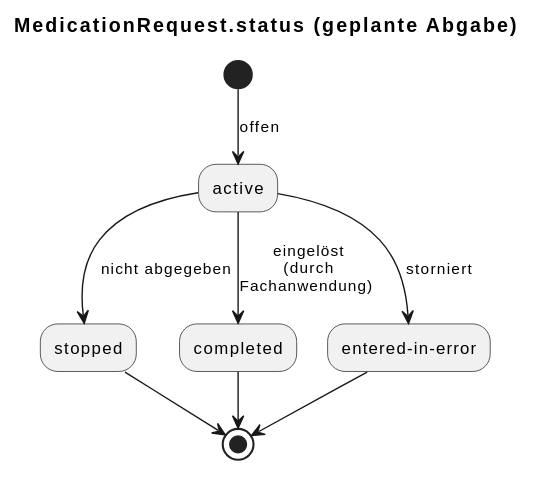
Above: r4-ELGA-e-Medikation-main/plantuml/stateDiagram_mr_status_geplante_abgabe.svg in HL7Austria/hl7austria.github.io (PlantUML), before the change.
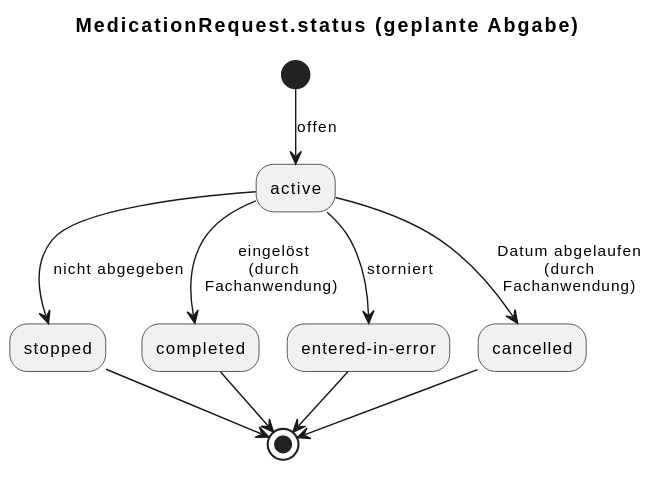
After the change.

Change to the diagram source:
```diff
@@ -5,7 +5,9 @@
 active --> [nicht abgegeben] stopped
 active --> [eingelöst\n(durch\nFachanwendung) ] completed
 active --> [storniert] "entered-in-error"
+active --> [Datum abgelaufen\n(durch\nFachanwendung)] cancelled
 stopped --> (*)
 "entered-in-error" --> (*)
 completed --> (*)
+cancelled --> (*)
 @enduml
```
